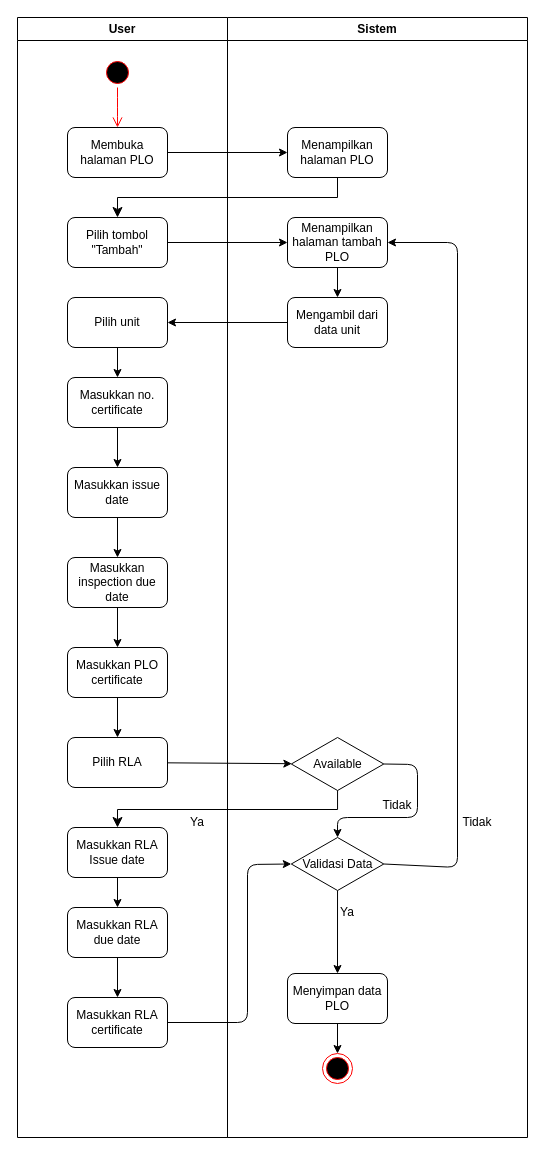
The draw.io diagram PLO/tambahPLO.drawio in rismanrhz/idms, before the edit. Source tidied: cells renumbered, new cells numbered last; positions are measured from the earlier drawing's top-left corner, leaving out a move shared by most shapes. Both pictures are drawn from the tidied source at 100%, with x=0, y=0 at pixel (17, 17).
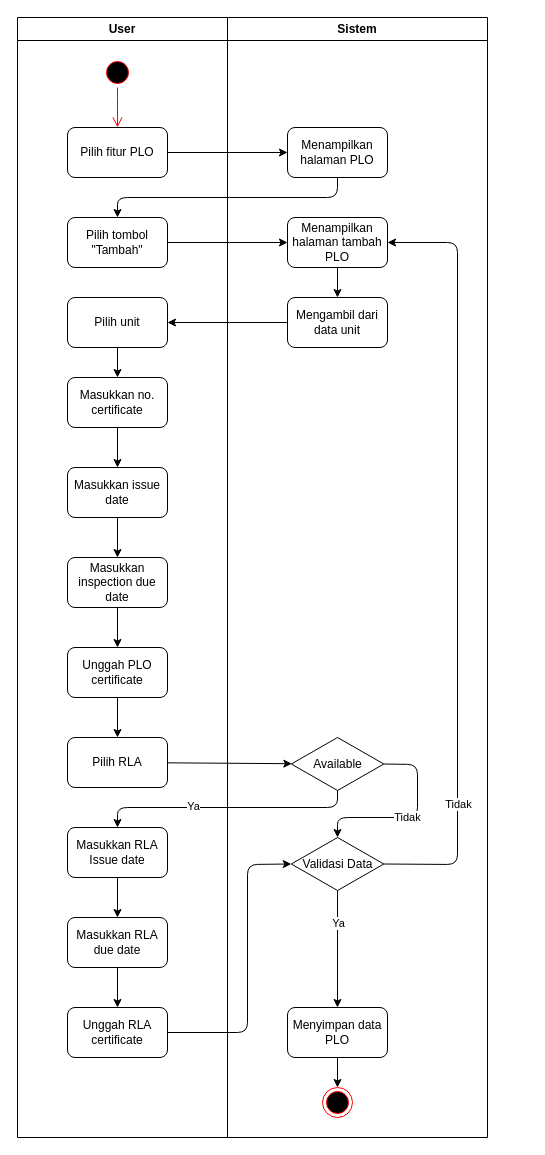
The same page after the edit.

Unchanged cells that the change refers to:
```xml
<mxCell id="2" value="User" style="swimlane;whiteSpace=wrap;html=1;" parent="1" vertex="1">
  <mxGeometry width="210" height="1120" as="geometry" />
</mxCell>
<mxCell id="6" value="Pilih tombol &quot;Tambah&quot;" style="rounded=1;whiteSpace=wrap;html=1;" parent="2" vertex="1">
  <mxGeometry x="50" y="200" width="100" height="50" as="geometry" />
</mxCell>
<mxCell id="18" value="Masukkan RLA Issue date" style="rounded=1;whiteSpace=wrap;html=1;" parent="2" vertex="1">
  <mxGeometry x="50" y="810" width="100" height="50" as="geometry" />
</mxCell>
<mxCell id="25" value="Menampilkan halaman PLO" style="rounded=1;whiteSpace=wrap;html=1;" parent="24" vertex="1">
  <mxGeometry x="60" y="110" width="100" height="50" as="geometry" />
</mxCell>
<mxCell id="28" value="Menampilkan halaman tambah PLO" style="rounded=1;whiteSpace=wrap;html=1;" parent="24" vertex="1">
  <mxGeometry x="60" y="200" width="100" height="50" as="geometry" />
</mxCell>
<mxCell id="29" style="edgeStyle=none;html=1;exitX=1;exitY=0.5;exitDx=0;exitDy=0;entryX=0.5;entryY=0;entryDx=0;entryDy=0;" parent="24" edge="1" source="30" target="36">
  <mxGeometry relative="1" as="geometry">
    <Array as="points">
      <mxPoint x="190" y="747" />
      <mxPoint x="190" y="800" />
      <mxPoint x="110" y="800" />
    </Array>
  </mxGeometry>
</mxCell>
<mxCell id="30" value="Available" style="rhombus;whiteSpace=wrap;html=1;" parent="24" vertex="1">
  <mxGeometry x="63.8" y="720" width="92.5" height="53" as="geometry" />
</mxCell>
<mxCell id="35" style="edgeStyle=none;html=1;entryX=0.5;entryY=0;entryDx=0;entryDy=0;" parent="24" edge="1" source="36" target="32">
  <mxGeometry relative="1" as="geometry" />
</mxCell>
<mxCell id="36" value="Validasi Data" style="rhombus;whiteSpace=wrap;html=1;" parent="24" vertex="1">
  <mxGeometry x="63.8" y="820" width="92.5" height="53" as="geometry" />
</mxCell>
```

Diff of the diagram source:
```diff
@@
-    <mxCell id="5" value="Membuka halaman PLO" style="rounded=1;whiteSpace=wrap;html=1;" parent="2" vertex="1">
+    <mxCell id="5" value="Pilih fitur PLO" style="rounded=1;whiteSpace=wrap;html=1;" parent="2" vertex="1">
       <mxGeometry x="50" y="110" width="100" height="50" as="geometry" />
     </mxCell>
@@
-    <mxCell id="16" value="Masukkan PLO certificate" style="rounded=1;whiteSpace=wrap;html=1;" parent="2" vertex="1">
+    <mxCell id="16" value="Unggah PLO certificate" style="rounded=1;whiteSpace=wrap;html=1;" parent="2" vertex="1">
       <mxGeometry x="50" y="630" width="100" height="50" as="geometry" />
     </mxCell>
@@
     <mxCell id="20" value="Masukkan RLA due date" style="rounded=1;whiteSpace=wrap;html=1;" parent="2" vertex="1">
-      <mxGeometry x="50" y="890" width="100" height="50" as="geometry" />
+      <mxGeometry x="50" y="900" width="100" height="50" as="geometry" />
     </mxCell>
-    <mxCell id="21" value="Masukkan RLA certificate" style="rounded=1;whiteSpace=wrap;html=1;" parent="2" vertex="1">
-      <mxGeometry x="50" y="980" width="100" height="50" as="geometry" />
+    <mxCell id="21" value="Unggah RLA certificate" style="rounded=1;whiteSpace=wrap;html=1;" parent="2" vertex="1">
+      <mxGeometry x="50" y="990" width="100" height="50" as="geometry" />
     </mxCell>
@@
-    <mxCell id="23" value="Ya" style="text;html=1;align=center;verticalAlign=middle;whiteSpace=wrap;rounded=0;" parent="2" vertex="1">
-      <mxGeometry x="150" y="790" width="60" height="30" as="geometry" />
-    </mxCell>
     <mxCell id="24" value="Sistem" style="swimlane;whiteSpace=wrap;html=1;" parent="1" vertex="1">
-      <mxGeometry x="210" width="300" height="1120" as="geometry" />
+      <mxGeometry x="210" width="260" height="1120" as="geometry" />
     </mxCell>
@@
+    <mxCell id="47" value="Tidak" style="edgeLabel;html=1;align=center;verticalAlign=middle;" parent="29" vertex="1">
+      <mxGeometry x="0.04" y="-1" relative="1" as="geometry" />
+    </mxCell>
@@
     <mxCell id="32" value="Menyimpan data PLO" style="rounded=1;whiteSpace=wrap;html=1;" parent="24" vertex="1">
-      <mxGeometry x="60" y="956" width="100" height="50" as="geometry" />
+      <mxGeometry x="60" y="990" width="100" height="50" as="geometry" />
     </mxCell>
     <mxCell id="33" style="ellipse;html=1;shape=endState;fillColor=#000000;strokeColor=#ff0000;" parent="24" vertex="1">
-      <mxGeometry x="95" y="1036" width="30" height="30" as="geometry" />
+      <mxGeometry x="95" y="1070" width="30" height="30" as="geometry" />
     </mxCell>
     <mxCell id="34" style="edgeStyle=none;html=1;exitX=1;exitY=0.5;exitDx=0;exitDy=0;entryX=1;entryY=0.5;entryDx=0;entryDy=0;" parent="24" edge="1" source="36" target="28">
       <mxGeometry relative="1" as="geometry">
         <Array as="points">
-          <mxPoint x="230" y="850" />
+          <mxPoint x="230" y="847" />
           <mxPoint x="230" y="225" />
         </Array>
       </mxGeometry>
     </mxCell>
+    <mxCell id="48" value="Tidak" style="edgeLabel;html=1;align=center;verticalAlign=middle;" parent="34" vertex="1">
+      <mxGeometry x="-0.65" relative="1" as="geometry" />
+    </mxCell>
@@
+    <mxCell id="49" value="Ya" style="edgeLabel;html=1;align=center;verticalAlign=middle;" parent="35" vertex="1">
+      <mxGeometry x="-0.43" relative="1" as="geometry" />
+    </mxCell>
@@
-    <mxCell id="37" value="Tidak" style="text;html=1;align=center;verticalAlign=middle;whiteSpace=wrap;rounded=0;" parent="24" vertex="1">
-      <mxGeometry x="140" y="773" width="60" height="30" as="geometry" />
-    </mxCell>
-    <mxCell id="38" value="Ya" style="text;html=1;align=center;verticalAlign=middle;whiteSpace=wrap;rounded=0;" parent="24" vertex="1">
-      <mxGeometry x="90" y="880" width="60" height="30" as="geometry" />
-    </mxCell>
-    <mxCell id="39" value="Tidak" style="text;html=1;align=center;verticalAlign=middle;whiteSpace=wrap;rounded=0;" parent="24" vertex="1">
-      <mxGeometry x="219.8" y="790" width="60" height="30" as="geometry" />
-    </mxCell>
@@
-    <mxCell id="41" style="edgeStyle=elbowEdgeStyle;elbow=vertical;endArrow=classic;html=1;curved=0;rounded=0;endSize=8;startSize=8;entryX=0.5;entryY=0;entryDx=0;entryDy=0;exitX=0.5;exitY=1;exitDx=0;exitDy=0;" parent="1" edge="1" source="25" target="6">
-      <mxGeometry relative="1" as="geometry" />
-    </mxCell>
@@
-    <mxCell id="44" style="edgeStyle=elbowEdgeStyle;elbow=vertical;endArrow=classic;html=1;curved=0;rounded=0;endSize=8;startSize=8;exitX=0.5;exitY=1;exitDx=0;exitDy=0;entryX=0.5;entryY=0;entryDx=0;entryDy=0;" parent="1" edge="1" source="30" target="18">
-      <mxGeometry relative="1" as="geometry" />
-    </mxCell>
@@
     <mxCell id="46" style="edgeStyle=none;html=1;entryX=0;entryY=0.5;entryDx=0;entryDy=0;exitX=1;exitY=0.5;exitDx=0;exitDy=0;" parent="1" edge="1" source="21" target="36">
       <mxGeometry relative="1" as="geometry">
         <Array as="points">
-          <mxPoint x="230" y="1005" />
+          <mxPoint x="230" y="1015" />
           <mxPoint x="230" y="847" />
         </Array>
       </mxGeometry>
     </mxCell>
+    <mxCell id="41" style="edgeStyle=none;html=1;entryX=0.5;entryY=0;entryDx=0;entryDy=0;" parent="1" edge="1" source="25" target="6">
+      <mxGeometry relative="1" as="geometry">
+        <Array as="points">
+          <mxPoint x="320" y="180" />
+          <mxPoint x="100" y="180" />
+        </Array>
+      </mxGeometry>
+    </mxCell>
+    <mxCell id="44" style="edgeStyle=none;html=1;entryX=0.5;entryY=0;entryDx=0;entryDy=0;" parent="1" edge="1" source="30" target="18">
+      <mxGeometry relative="1" as="geometry">
+        <Array as="points">
+          <mxPoint x="320" y="790" />
+          <mxPoint x="100" y="790" />
+        </Array>
+      </mxGeometry>
+    </mxCell>
+    <mxCell id="50" value="Ya" style="edgeLabel;html=1;align=center;verticalAlign=middle;" parent="44" vertex="1">
+      <mxGeometry x="0.26" y="-2" relative="1" as="geometry" />
+    </mxCell>
```
